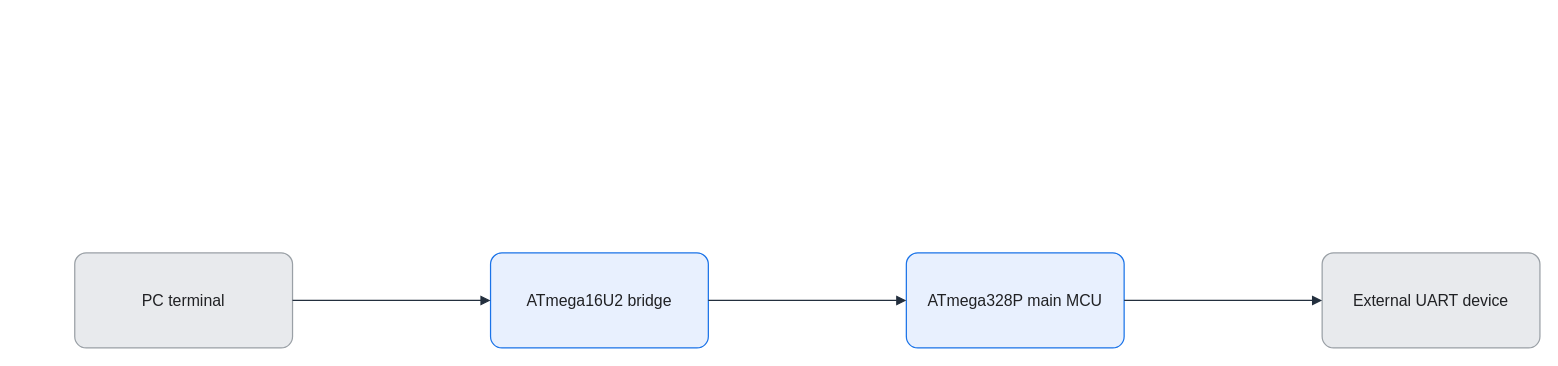
Above: assets/img/hardware/usb-serial-bridge-flow.drawio in KKamJi98/kkamji98.github.io (draw.io), before the change. Source tidied: cells renumbered, new cells numbered last; positions are measured from the earlier drawing's top-left corner, leaving out a move shared by most shapes. Both pictures are drawn from the tidied source at 99%, with x=0, y=0 at pixel (74, 252).
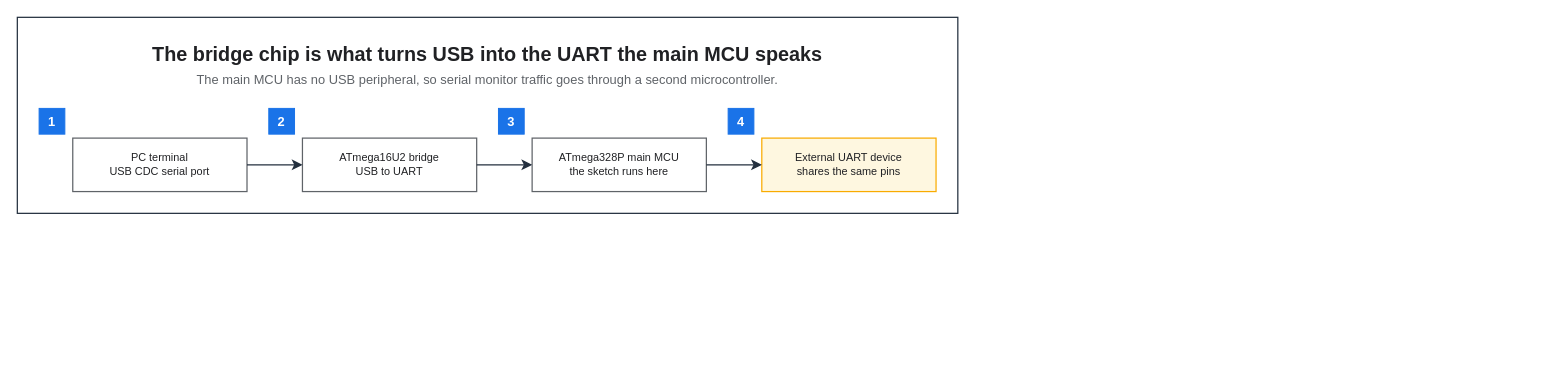
After the change.

Diff of the diagram source:
```diff
@@
 <mxGraphModel background="#FFFFFF">
   <root>
     <mxCell id="0" />
     <mxCell id="1" parent="0" />
-    <mxCell id="2" value="PC terminal" style="rounded=1;arcSize=12;whiteSpace=wrap;html=0;fillColor=#E8EAED;strokeColor=#9AA0A6;strokeWidth=1.25;fontColor=#202124;fontSize=16;align=center;verticalAlign=middle;spacing=8;shadow=0;" parent="1" vertex="1">
-      <mxGeometry width="220" height="96" as="geometry" />
-    </mxCell>
-    <mxCell id="3" value="ATmega16U2 bridge" style="rounded=1;arcSize=12;whiteSpace=wrap;html=0;fillColor=#E8F0FE;strokeColor=#1A73E8;strokeWidth=1.25;fontColor=#202124;fontSize=16;align=center;verticalAlign=middle;spacing=8;shadow=0;" parent="1" vertex="1">
-      <mxGeometry x="420" width="220" height="96" as="geometry" />
-    </mxCell>
-    <mxCell id="4" value="ATmega328P main MCU" style="rounded=1;arcSize=12;whiteSpace=wrap;html=0;fillColor=#E8F0FE;strokeColor=#1A73E8;strokeWidth=1.25;fontColor=#202124;fontSize=16;align=center;verticalAlign=middle;spacing=8;shadow=0;" parent="1" vertex="1">
-      <mxGeometry x="840" width="220" height="96" as="geometry" />
-    </mxCell>
-    <mxCell id="5" value="External UART device" style="rounded=1;arcSize=12;whiteSpace=wrap;html=0;fillColor=#E8EAED;strokeColor=#9AA0A6;strokeWidth=1.25;fontColor=#202124;fontSize=16;align=center;verticalAlign=middle;spacing=8;shadow=0;" parent="1" vertex="1">
-      <mxGeometry x="1260" width="220" height="96" as="geometry" />
-    </mxCell>
-    <mxCell id="6" style="edgeStyle=orthogonalEdgeStyle;rounded=0;jettySize=auto;html=0;endArrow=block;endFill=1;strokeColor=#232F3E;strokeWidth=1.25;fontColor=#202124;labelBackgroundColor=none;exitX=1;exitY=0.5;exitDx=0;exitDy=0;entryX=0;entryY=0.5;entryDx=0;entryDy=0;endSize=7;" parent="1" edge="1" source="2" target="3">
-      <mxGeometry relative="1" as="geometry" />
-    </mxCell>
-    <mxCell id="7" style="edgeStyle=orthogonalEdgeStyle;rounded=0;jettySize=auto;html=0;endArrow=block;endFill=1;strokeColor=#232F3E;strokeWidth=1.25;fontColor=#202124;labelBackgroundColor=none;exitX=1;exitY=0.5;exitDx=0;exitDy=0;entryX=0;entryY=0.5;entryDx=0;entryDy=0;endSize=7;" parent="1" edge="1" source="3" target="4">
-      <mxGeometry relative="1" as="geometry" />
-    </mxCell>
-    <mxCell id="8" style="edgeStyle=orthogonalEdgeStyle;rounded=0;jettySize=auto;html=0;endArrow=block;endFill=1;strokeColor=#232F3E;strokeWidth=1.25;fontColor=#202124;labelBackgroundColor=none;exitX=1;exitY=0.5;exitDx=0;exitDy=0;entryX=0;entryY=0.5;entryDx=0;entryDy=0;endSize=7;" parent="1" edge="1" source="4" target="5">
-      <mxGeometry relative="1" as="geometry" />
-    </mxCell>
+    <mxCell id="9" style="rounded=0;html=0;fillColor=none;strokeColor=#232F3E;fontColor=#202124;strokeWidth=1.25;" parent="1" vertex="1">
+      <mxGeometry x="-58" y="-238" width="950" height="198" as="geometry" />
+    </mxCell>
+    <mxCell id="10" value="The bridge chip is what turns USB into the UART the main MCU speaks" style="text;html=0;whiteSpace=wrap;fillColor=none;strokeColor=none;fontColor=#202124;fontSize=20;fontStyle=1;align=center;verticalAlign=middle;" parent="1" vertex="1">
+      <mxGeometry x="-36" y="-216" width="906" height="30" as="geometry" />
+    </mxCell>
+    <mxCell id="11" value="The main MCU has no USB peripheral, so serial monitor traffic goes through a second microcontroller." style="text;html=0;whiteSpace=wrap;fillColor=none;strokeColor=none;fontColor=#5F6368;fontSize=13;fontStyle=0;align=center;verticalAlign=middle;" parent="1" vertex="1">
+      <mxGeometry x="-36" y="-186" width="906" height="22" as="geometry" />
+    </mxCell>
+    <mxCell id="12" value="PC terminal&#10;USB CDC serial port" style="rounded=0;whiteSpace=wrap;html=0;fillColor=#FFFFFF;strokeColor=#5F6368;fontColor=#202124;fontSize=11;fontStyle=0;align=center;verticalAlign=middle;spacingLeft=6;spacingRight=6;strokeWidth=1.25;" parent="1" vertex="1">
+      <mxGeometry x="-2" y="-116" width="176" height="54" as="geometry" />
+    </mxCell>
+    <mxCell id="13" value="ATmega16U2 bridge&#10;USB to UART" style="rounded=0;whiteSpace=wrap;html=0;fillColor=#FFFFFF;strokeColor=#5F6368;fontColor=#202124;fontSize=11;fontStyle=0;align=center;verticalAlign=middle;spacingLeft=6;spacingRight=6;strokeWidth=1.25;" parent="1" vertex="1">
+      <mxGeometry x="230" y="-116" width="176" height="54" as="geometry" />
+    </mxCell>
+    <mxCell id="14" value="ATmega328P main MCU&#10;the sketch runs here" style="rounded=0;whiteSpace=wrap;html=0;fillColor=#FFFFFF;strokeColor=#5F6368;fontColor=#202124;fontSize=11;fontStyle=0;align=center;verticalAlign=middle;spacingLeft=6;spacingRight=6;strokeWidth=1.25;" parent="1" vertex="1">
+      <mxGeometry x="462" y="-116" width="176" height="54" as="geometry" />
+    </mxCell>
+    <mxCell id="15" value="External UART device&#10;shares the same pins" style="rounded=0;whiteSpace=wrap;html=0;fillColor=#FEF7E0;strokeColor=#F9AB00;fontColor=#202124;fontSize=11;fontStyle=0;align=center;verticalAlign=middle;spacingLeft=6;spacingRight=6;strokeWidth=1.25;" parent="1" vertex="1">
+      <mxGeometry x="694" y="-116" width="176" height="54" as="geometry" />
+    </mxCell>
+    <mxCell id="16" value="1" style="rounded=0;whiteSpace=wrap;html=0;fillColor=#1A73E8;strokeColor=#1A73E8;fontColor=#FFFFFF;fontSize=13;fontStyle=1;align=center;verticalAlign=middle;" parent="1" vertex="1">
+      <mxGeometry x="-36" y="-146" width="26" height="26" as="geometry" />
+    </mxCell>
+    <mxCell id="17" value="2" style="rounded=0;whiteSpace=wrap;html=0;fillColor=#1A73E8;strokeColor=#1A73E8;fontColor=#FFFFFF;fontSize=13;fontStyle=1;align=center;verticalAlign=middle;" parent="1" vertex="1">
+      <mxGeometry x="196" y="-146" width="26" height="26" as="geometry" />
+    </mxCell>
+    <mxCell id="18" value="3" style="rounded=0;whiteSpace=wrap;html=0;fillColor=#1A73E8;strokeColor=#1A73E8;fontColor=#FFFFFF;fontSize=13;fontStyle=1;align=center;verticalAlign=middle;" parent="1" vertex="1">
+      <mxGeometry x="428" y="-146" width="26" height="26" as="geometry" />
+    </mxCell>
+    <mxCell id="19" value="4" style="rounded=0;whiteSpace=wrap;html=0;fillColor=#1A73E8;strokeColor=#1A73E8;fontColor=#FFFFFF;fontSize=13;fontStyle=1;align=center;verticalAlign=middle;" parent="1" vertex="1">
+      <mxGeometry x="660" y="-146" width="26" height="26" as="geometry" />
+    </mxCell>
+    <mxCell id="20" style="edgeStyle=orthogonalEdgeStyle;rounded=0;html=0;strokeColor=#232F3E;strokeWidth=1.25;endArrow=classic;endFill=1;endSize=7;fontSize=11;fontColor=#202124;labelBackgroundColor=none;jettySize=14;exitX=1;exitY=0.5;entryX=0;entryY=0.5;exitDx=0;exitDy=0;entryDx=0;entryDy=0;" parent="1" edge="1" source="12" target="13">
+      <mxGeometry relative="1" as="geometry" />
+    </mxCell>
+    <mxCell id="21" style="edgeStyle=orthogonalEdgeStyle;rounded=0;html=0;strokeColor=#232F3E;strokeWidth=1.25;endArrow=classic;endFill=1;endSize=7;fontSize=11;fontColor=#202124;labelBackgroundColor=none;jettySize=14;exitX=1;exitY=0.5;entryX=0;entryY=0.5;exitDx=0;exitDy=0;entryDx=0;entryDy=0;" parent="1" edge="1" source="13" target="14">
+      <mxGeometry relative="1" as="geometry" />
+    </mxCell>
+    <mxCell id="22" style="edgeStyle=orthogonalEdgeStyle;rounded=0;html=0;strokeColor=#232F3E;strokeWidth=1.25;endArrow=classic;endFill=1;endSize=7;fontSize=11;fontColor=#202124;labelBackgroundColor=none;jettySize=14;exitX=1;exitY=0.5;entryX=0;entryY=0.5;exitDx=0;exitDy=0;entryDx=0;entryDy=0;" parent="1" edge="1" source="14" target="15">
+      <mxGeometry relative="1" as="geometry" />
+    </mxCell>
   </root>
 </mxGraphModel>
```
